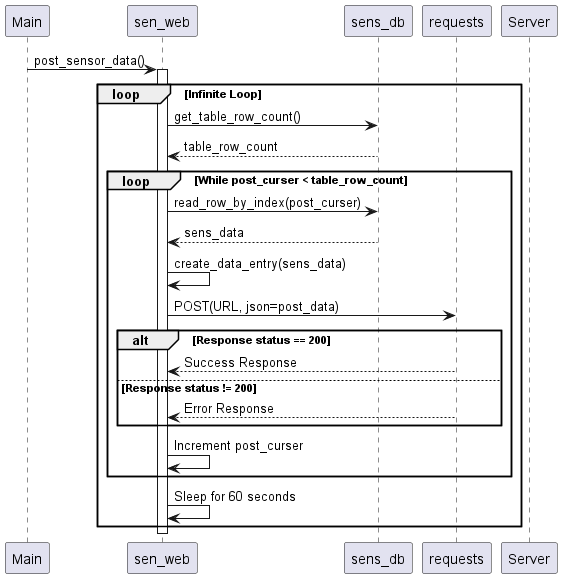
Before: out/design/sens_web/sens_web.png, a diagram exported from PlantUML (shawsuraj203/smart_home). Its diagram source:
```plantuml
@startuml
participant Main
participant sen_web
participant sens_db
participant requests
participant Server

Main -> sen_web: post_sensor_data()
activate sen_web

loop Infinite Loop
    sen_web -> sens_db: get_table_row_count()
    sens_db --> sen_web: table_row_count

    loop While post_curser < table_row_count
        sen_web -> sens_db: read_row_by_index(post_curser)
        sens_db --> sen_web: sens_data

        sen_web -> sen_web: create_data_entry(sens_data)
        sen_web -> requests: POST(URL, json=post_data)
        alt Response status == 200
            requests --> sen_web: Success Response
        else Response status != 200
            requests --> sen_web: Error Response
        end

        sen_web -> sen_web: Increment post_curser
    end
    sen_web -> sen_web: Sleep for 60 seconds
end
deactivate sen_web
@enduml
```
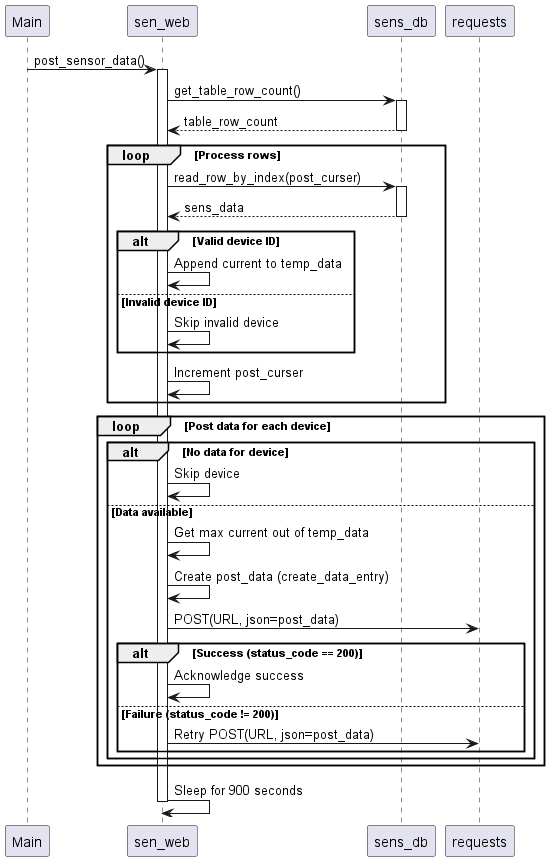
The same diagram one commit later.

Diff of the diagram source:
```diff
@@ -3,30 +3,41 @@
 participant sen_web
 participant sens_db
 participant requests
-participant Server
 
 Main -> sen_web: post_sensor_data()
 activate sen_web
+sen_web -> sens_db: get_table_row_count()
+activate sens_db
+return table_row_count
 
-loop Infinite Loop
-    sen_web -> sens_db: get_table_row_count()
-    sens_db --> sen_web: table_row_count
+loop Process rows
+    sen_web -> sens_db: read_row_by_index(post_curser)
+    activate sens_db
+    return sens_data
+    alt Valid device ID
+        sen_web -> sen_web: Append current to temp_data
+    else Invalid device ID
+        sen_web -> sen_web: Skip invalid device
+    end
+    sen_web -> sen_web: Increment post_curser
+end
+deactivate sens_db
 
-    loop While post_curser < table_row_count
-        sen_web -> sens_db: read_row_by_index(post_curser)
-        sens_db --> sen_web: sens_data
+loop Post data for each device
+    alt No data for device
+        sen_web -> sen_web: Skip device
+    else Data available
+        sen_web -> sen_web: Get max current out of temp_data
+        sen_web -> sen_web: Create post_data (create_data_entry)
+        sen_web -> requests: POST(URL, json=post_data)
+        alt Success (status_code == 200)
+            sen_web -> sen_web: Acknowledge success
+        else Failure (status_code != 200)
+            sen_web -> requests: Retry POST(URL, json=post_data)
+        end
+    end
+end
 
-        sen_web -> sen_web: create_data_entry(sens_data)
-        sen_web -> requests: POST(URL, json=post_data)
-        alt Response status == 200
-            requests --> sen_web: Success Response
-        else Response status != 200
-            requests --> sen_web: Error Response
-        end
-
-        sen_web -> sen_web: Increment post_curser
-    end
-    sen_web -> sen_web: Sleep for 60 seconds
-end
+sen_web -> sen_web: Sleep for 900 seconds
 deactivate sen_web
 @enduml
```
